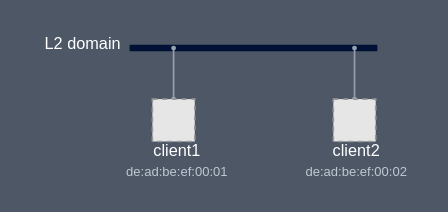
srl-labs/learn-srlinux keeps this draw.io diagram as page "Copy of Page-1" (2 of 5) of opergroup.drawio. Above is the earlier version. Source tidied: cells renumbered, new cells numbered last; positions are measured from the earlier drawing's top-left corner, leaving out a move shared by most shapes. Both pictures are drawn from the tidied source at 163%, with x=0, y=0 at pixel (28, 28). Pictures stored in the file or linked from it are replaced by grey dashed boxes.
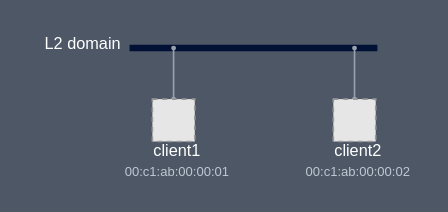
The same diagram, later.

Diff of the diagram source:
```diff
@@
 <mxGraphModel background="#4D5766">
   <root>
     <mxCell id="0" />
     <mxCell id="1" parent="0" />
-    <mxCell id="2" value="&lt;font&gt;client1&lt;br&gt;&lt;font style=&quot;font-size: 8px&quot; color=&quot;#bec8d2&quot;&gt;de:ad:be:ef:00:01&lt;/font&gt;&lt;br&gt;&lt;/font&gt;" style="text;html=1;align=center;verticalAlign=middle;fontSize=10;fontFamily=Manrope;fontStyle=0;fontColor=#FFFFFF;" parent="1" vertex="1">
+    <mxCell id="2" value="&lt;font&gt;client1&lt;br&gt;&lt;font color=&quot;#bec8d2&quot;&gt;&lt;span style=&quot;font-size: 8px&quot;&gt;00:c1:ab:00:00:01&lt;/span&gt;&lt;/font&gt;&lt;br&gt;&lt;/font&gt;" style="text;html=1;align=center;verticalAlign=middle;fontSize=10;fontFamily=Manrope;fontStyle=0;fontColor=#FFFFFF;" parent="1" vertex="1">
       <mxGeometry x="52" y="66" width="77" height="30" as="geometry" />
     </mxCell>
-    <mxCell id="3" value="&lt;font&gt;client2&lt;br&gt;&lt;span style=&quot;color: rgb(190 , 200 , 210) ; font-size: 8px&quot;&gt;de:ad:be:ef:00:02&lt;/span&gt;&lt;br&gt;&lt;/font&gt;" style="text;html=1;align=center;verticalAlign=middle;fontSize=10;fontFamily=Manrope;fontStyle=0;fontColor=#FFFFFF;" parent="1" vertex="1">
-      <mxGeometry x="162" y="66" width="78" height="30" as="geometry" />
+    <mxCell id="3" value="&lt;font&gt;client2&lt;br&gt;&lt;font color=&quot;#bec8d2&quot;&gt;&lt;span style=&quot;font-size: 8px&quot;&gt;00:c1:ab:00:00:02&lt;/span&gt;&lt;/font&gt;&lt;br&gt;&lt;/font&gt;" style="text;html=1;align=center;verticalAlign=middle;fontSize=10;fontFamily=Manrope;fontStyle=0;fontColor=#FFFFFF;" parent="1" vertex="1">
+      <mxGeometry x="162" y="66" width="79" height="30" as="geometry" />
     </mxCell>
     <mxCell id="4" style="endArrow=none;html=1;shadow=0;strokeWidth=4;fillColor=#666666;fontFamily=nasa;fontSize=18;fontColor=#FFFFFF;strokeColor=#001135;" parent="1" edge="1">
       <mxGeometry relative="1" as="geometry">
         <mxPoint x="62" y="12" as="sourcePoint" />
         <mxPoint x="214" y="12" as="targetPoint" />
       </mxGeometry>
     </mxCell>
     <mxCell id="5" value="&lt;font style=&quot;font-size: 10px;&quot; color=&quot;#ffffff&quot;&gt;L2 domain&lt;/font&gt;" style="text;html=1;align=right;verticalAlign=middle;fontSize=10;fontFamily=Manrope;fontColor=#001135;" parent="1" vertex="1">
       <mxGeometry width="58" height="18" as="geometry" />
     </mxCell>
     <mxCell id="6" style="rounded=0;jettySize=auto;html=1;exitX=0.5;exitY=0;exitDx=0;exitDy=0;startSize=2;endArrow=oval;endFill=1;endSize=2;fontFamily=Manrope;fontSize=8;strokeColor=#98A2AE;startArrow=oval;startFill=1;" parent="1" edge="1" source="8">
       <mxGeometry relative="1" as="geometry">
         <mxPoint x="89" y="12" as="targetPoint" />
       </mxGeometry>
     </mxCell>
     <mxCell id="7" style="rounded=0;jettySize=auto;html=1;startSize=2;endArrow=oval;endFill=1;endSize=2;fontFamily=Manrope;fontSize=8;strokeColor=#98A2AE;entryX=0.5;entryY=0;entryDx=0;entryDy=0;startArrow=oval;startFill=1;" parent="1" edge="1" target="9">
       <mxGeometry relative="1" as="geometry">
         <mxPoint x="200" y="12" as="sourcePoint" />
       </mxGeometry>
     </mxCell>
     <mxCell id="8" style="fillColor=#E6E6E6;strokeColor=#999999;dashed=1;verticalLabelPosition=bottom;labelBackgroundColor=#ffffff;verticalAlign=top;" parent="1" vertex="1">
       <mxGeometry x="76" y="43.3" width="26" height="26" as="geometry" />
     </mxCell>
     <mxCell id="9" style="fillColor=#E6E6E6;strokeColor=#999999;dashed=1;verticalLabelPosition=bottom;labelBackgroundColor=#ffffff;verticalAlign=top;" parent="1" vertex="1">
       <mxGeometry x="187" y="43.3" width="26" height="26" as="geometry" />
     </mxCell>
   </root>
 </mxGraphModel>
```
